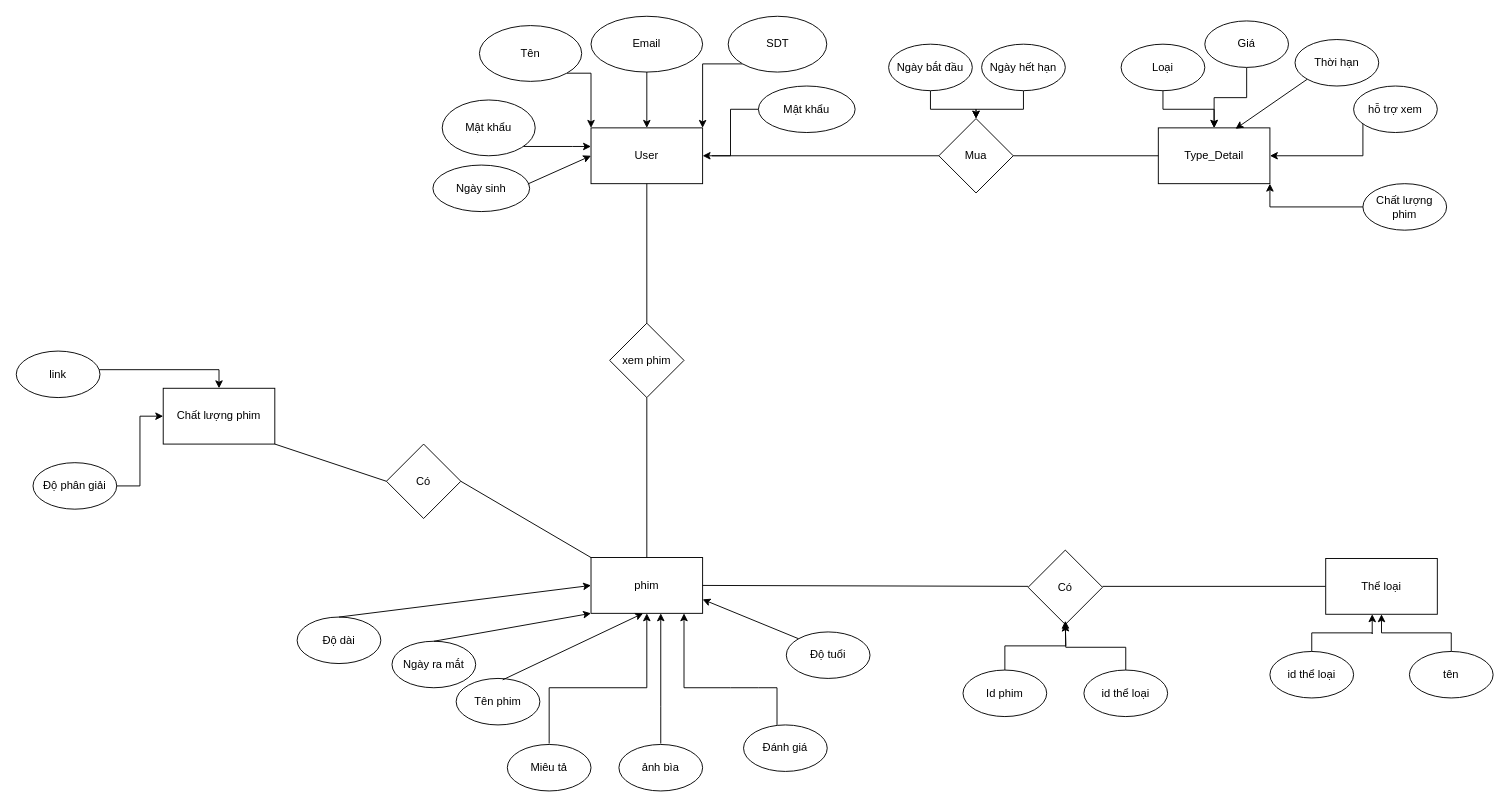
vule2303/Angular-JS-project keeps this draw.io diagram as Biểu đồ không có tiêu đề.drawio. Above is the earlier version. Source tidied: cells renumbered, new cells numbered last; positions are measured from the earlier drawing's top-left corner, leaving out a move shared by most shapes. Both pictures are drawn from the tidied source at 93%, with x=0, y=0 at pixel (16, 16).
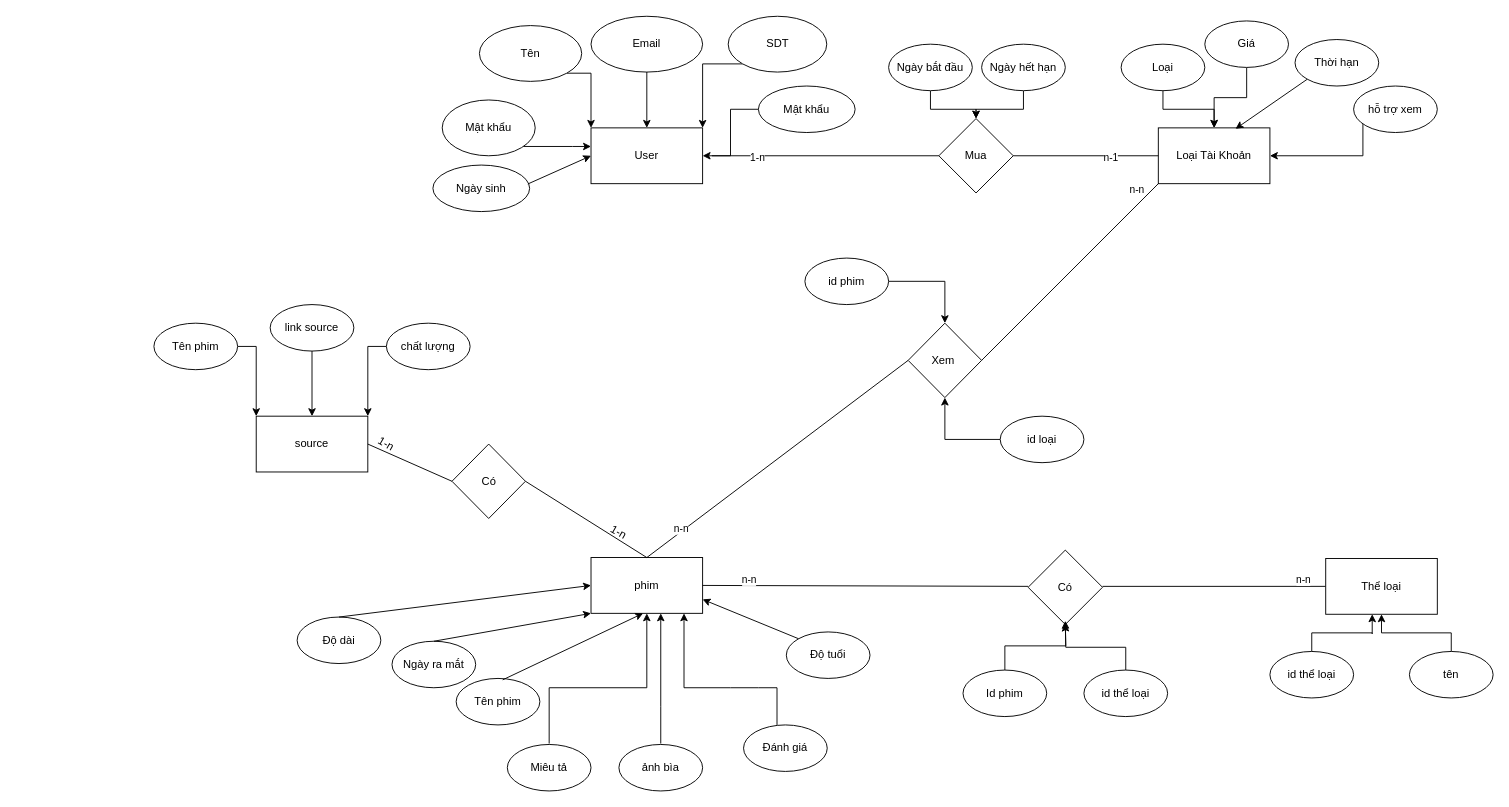
Above is the later version.

Commit message:
Cập nhật Biểu đồ không có tiêu đề.drawio

The change refers to these unchanged cells:
```xml
<mxCell id="2" value="User" style="rounded=0;whiteSpace=wrap;html=1;" parent="1" vertex="1">
  <mxGeometry x="618" y="120" width="120" height="60" as="geometry" />
</mxCell>
<mxCell id="21" style="endArrow=none;html=1;rounded=0;entryX=0;entryY=0.5;entryDx=0;entryDy=0;" parent="1" edge="1" target="16">
  <mxGeometry relative="1" as="geometry">
    <mxPoint x="748" y="150" as="sourcePoint" />
  </mxGeometry>
</mxCell>
<mxCell id="22" style="endArrow=none;html=1;rounded=0;entryX=1;entryY=0.5;entryDx=0;entryDy=0;exitX=0;exitY=0.5;exitDx=0;exitDy=0;" parent="1" edge="1" source="15" target="16">
  <mxGeometry relative="1" as="geometry" />
</mxCell>
<mxCell id="32" value="phim" style="rounded=0;whiteSpace=wrap;html=1;" parent="31" vertex="1">
  <mxGeometry x="316" y="-1" width="120" height="60" as="geometry" />
</mxCell>
```

Diff of the diagram source:
```diff
@@
-    <mxCell id="15" value="Type_Detail" style="whiteSpace=wrap;html=1;rounded=0;" parent="1" vertex="1">
+    <mxCell id="15" value="Loại Tài Khoản" style="whiteSpace=wrap;html=1;rounded=0;" parent="1" vertex="1">
       <mxGeometry x="1228" y="120" width="120" height="60" as="geometry" />
     </mxCell>
@@
+    <mxCell id="74" value="1-n" style="edgeLabel;html=1;align=center;verticalAlign=middle;" parent="21" vertex="1">
+      <mxGeometry x="-0.61" y="-1" relative="1" as="geometry" />
+    </mxCell>
@@
+    <mxCell id="75" value="n-1" style="edgeLabel;html=1;align=center;verticalAlign=middle;" parent="22" vertex="1">
+      <mxGeometry x="-0.33" y="1" relative="1" as="geometry" />
+    </mxCell>
@@
-    <mxCell id="61" style="endArrow=none;html=1;rounded=0;entryX=0.5;entryY=0;entryDx=0;entryDy=0;exitX=0.5;exitY=1;exitDx=0;exitDy=0;" parent="1" edge="1" source="64" target="32">
-      <mxGeometry relative="1" as="geometry" />
-    </mxCell>
-    <mxCell id="62" style="edgeStyle=orthogonalEdgeStyle;rounded=0;jettySize=auto;html=1;entryX=1;entryY=1;entryDx=0;entryDy=0;" parent="1" edge="1" source="63" target="15">
-      <mxGeometry relative="1" as="geometry" />
-    </mxCell>
-    <mxCell id="63" value="Chất lượng phim" style="ellipse;whiteSpace=wrap;html=1;" parent="1" vertex="1">
-      <mxGeometry x="1448" y="180" width="90" height="50" as="geometry" />
-    </mxCell>
-    <mxCell id="64" value="xem phim" style="rhombus;whiteSpace=wrap;html=1;" parent="1" vertex="1">
-      <mxGeometry x="638" y="330" width="80" height="80" as="geometry" />
-    </mxCell>
-    <mxCell id="65" style="endArrow=none;html=1;rounded=0;exitX=0.5;exitY=0;exitDx=0;exitDy=0;entryX=0.5;entryY=1;entryDx=0;entryDy=0;" parent="1" edge="1" source="64" target="2">
-      <mxGeometry relative="1" as="geometry" />
-    </mxCell>
+    <mxCell id="68" style="endArrow=none;html=1;rounded=0;exitX=0;exitY=0.5;exitDx=0;exitDy=0;entryX=0.5;entryY=0;entryDx=0;entryDy=0;" parent="1" edge="1" source="77" target="32">
+      <mxGeometry relative="1" as="geometry" />
+    </mxCell>
+    <mxCell id="76" value="n-n" style="edgeLabel;html=1;align=center;verticalAlign=middle;" parent="68" vertex="1">
+      <mxGeometry x="0.73" y="-3" relative="1" as="geometry" />
+    </mxCell>
+    <mxCell id="77" value="Xem&amp;nbsp;" style="rhombus;whiteSpace=wrap;html=1;" parent="1" vertex="1">
+      <mxGeometry x="959" y="330" width="79" height="80" as="geometry" />
+    </mxCell>
+    <mxCell id="78" style="endArrow=none;html=1;rounded=0;exitX=1;exitY=0.5;exitDx=0;exitDy=0;entryX=0;entryY=1;entryDx=0;entryDy=0;" parent="1" edge="1" source="77" target="15">
+      <mxGeometry relative="1" as="geometry" />
+    </mxCell>
+    <mxCell id="79" style="edgeStyle=orthogonalEdgeStyle;rounded=0;jettySize=auto;html=1;" parent="1" edge="1" source="80" target="77">
+      <mxGeometry relative="1" as="geometry" />
+    </mxCell>
+    <mxCell id="80" value="id phim" style="ellipse;whiteSpace=wrap;html=1;" parent="1" vertex="1">
+      <mxGeometry x="848" y="260" width="90" height="50" as="geometry" />
+    </mxCell>
+    <mxCell id="81" style="edgeStyle=orthogonalEdgeStyle;rounded=0;jettySize=auto;html=1;entryX=0.5;entryY=1;entryDx=0;entryDy=0;" parent="1" edge="1" source="82" target="77">
+      <mxGeometry relative="1" as="geometry" />
+    </mxCell>
+    <mxCell id="82" value="id loại" style="ellipse;whiteSpace=wrap;html=1;" parent="1" vertex="1">
+      <mxGeometry x="1058" y="430" width="90" height="50" as="geometry" />
+    </mxCell>
+    <mxCell id="83" value="source" style="rounded=0;whiteSpace=wrap;html=1;" parent="1" vertex="1">
+      <mxGeometry x="258" y="430" width="120" height="60" as="geometry" />
+    </mxCell>
     <mxCell id="66" value="Có" style="rhombus;whiteSpace=wrap;html=1;" parent="1" vertex="1">
-      <mxGeometry x="398" y="460" width="80" height="80" as="geometry" />
+      <mxGeometry x="468.5" y="460" width="79" height="80" as="geometry" />
     </mxCell>
-    <mxCell id="67" value="Chất lượng phim" style="rounded=0;whiteSpace=wrap;html=1;" parent="1" vertex="1">
-      <mxGeometry x="158" y="400" width="120" height="60" as="geometry" />
-    </mxCell>
-    <mxCell id="68" style="endArrow=none;html=1;rounded=0;exitX=1;exitY=0.5;exitDx=0;exitDy=0;entryX=0;entryY=0;entryDx=0;entryDy=0;" parent="1" edge="1" source="66" target="32">
-      <mxGeometry relative="1" as="geometry" />
-    </mxCell>
-    <mxCell id="69" style="endArrow=none;html=1;rounded=0;exitX=1;exitY=1;exitDx=0;exitDy=0;entryX=0;entryY=0.5;entryDx=0;entryDy=0;" parent="1" edge="1" source="67" target="66">
-      <mxGeometry relative="1" as="geometry" />
-    </mxCell>
-    <mxCell id="70" style="edgeStyle=orthogonalEdgeStyle;rounded=0;jettySize=auto;html=1;entryX=0;entryY=0.5;entryDx=0;entryDy=0;" parent="1" edge="1" source="71" target="67">
-      <mxGeometry relative="1" as="geometry" />
-    </mxCell>
-    <mxCell id="71" value="Độ phân giải" style="ellipse;whiteSpace=wrap;html=1;" parent="1" vertex="1">
-      <mxGeometry x="18" y="480" width="90" height="50" as="geometry" />
-    </mxCell>
-    <mxCell id="72" style="edgeStyle=orthogonalEdgeStyle;rounded=0;jettySize=auto;html=1;entryX=0.5;entryY=0;entryDx=0;entryDy=0;" parent="1" edge="1" source="73" target="67">
-      <mxGeometry relative="1" as="geometry">
-        <Array as="points">
-          <mxPoint x="218" y="380" />
-        </Array>
-      </mxGeometry>
-    </mxCell>
-    <mxCell id="73" value="link" style="ellipse;whiteSpace=wrap;html=1;" parent="1" vertex="1">
-      <mxGeometry y="360" width="90" height="50" as="geometry" />
-    </mxCell>
+    <mxCell id="84" style="endArrow=none;html=1;rounded=0;exitX=1;exitY=0.5;exitDx=0;exitDy=0;entryX=0;entryY=0.5;entryDx=0;entryDy=0;" parent="1" edge="1" source="83" target="66">
+      <mxGeometry relative="1" as="geometry" />
+    </mxCell>
+    <mxCell id="85" style="endArrow=none;html=1;rounded=0;exitX=1;exitY=0.5;exitDx=0;exitDy=0;entryX=0.5;entryY=0;entryDx=0;entryDy=0;" parent="1" edge="1" source="66" target="32">
+      <mxGeometry relative="1" as="geometry" />
+    </mxCell>
+    <mxCell id="86" value="1-n" style="text;html=1;strokeColor=none;fillColor=none;align=center;verticalAlign=middle;whiteSpace=wrap;rounded=0;rotation=30;" parent="1" vertex="1">
+      <mxGeometry x="618" y="540" width="60" height="30" as="geometry" />
+    </mxCell>
+    <mxCell id="87" value="n-n" style="edgeLabel;html=1;align=center;verticalAlign=middle;" parent="1" vertex="1">
+      <mxGeometry x="723.5" y="561.5" as="geometry">
+        <mxPoint x="481" y="-376" as="offset" />
+      </mxGeometry>
+    </mxCell>
+    <mxCell id="88" value="n-n" style="edgeLabel;html=1;align=center;verticalAlign=middle;" parent="1" vertex="1">
+      <mxGeometry x="723.7" y="561.3" as="geometry">
+        <mxPoint x="64" y="44" as="offset" />
+      </mxGeometry>
+    </mxCell>
+    <mxCell id="89" value="n-n" style="edgeLabel;html=1;align=center;verticalAlign=middle;" parent="1" vertex="1">
+      <mxGeometry x="733.7" y="571.3" as="geometry">
+        <mxPoint x="650" y="34" as="offset" />
+      </mxGeometry>
+    </mxCell>
+    <mxCell id="90" style="edgeStyle=orthogonalEdgeStyle;rounded=0;jettySize=auto;html=1;entryX=0;entryY=0;entryDx=0;entryDy=0;" parent="1" edge="1" source="91" target="83">
+      <mxGeometry relative="1" as="geometry" />
+    </mxCell>
+    <mxCell id="91" value="Tên phim" style="ellipse;whiteSpace=wrap;html=1;" parent="1" vertex="1">
+      <mxGeometry x="148" y="330" width="90" height="50" as="geometry" />
+    </mxCell>
+    <mxCell id="92" style="edgeStyle=orthogonalEdgeStyle;rounded=0;jettySize=auto;html=1;entryX=0.5;entryY=0;entryDx=0;entryDy=0;" parent="1" edge="1" source="93" target="83">
+      <mxGeometry relative="1" as="geometry" />
+    </mxCell>
+    <mxCell id="93" value="link source" style="ellipse;whiteSpace=wrap;html=1;" parent="1" vertex="1">
+      <mxGeometry x="273" y="310" width="90" height="50" as="geometry" />
+    </mxCell>
+    <mxCell id="94" style="edgeStyle=orthogonalEdgeStyle;rounded=0;jettySize=auto;html=1;entryX=1;entryY=0;entryDx=0;entryDy=0;" parent="1" edge="1" source="95" target="83">
+      <mxGeometry relative="1" as="geometry" />
+    </mxCell>
+    <mxCell id="95" value="chất lượng" style="ellipse;whiteSpace=wrap;html=1;" parent="1" vertex="1">
+      <mxGeometry x="398" y="330" width="90" height="50" as="geometry" />
+    </mxCell>
+    <mxCell id="96" value="1-n" style="text;html=1;strokeColor=none;fillColor=none;align=center;verticalAlign=middle;whiteSpace=wrap;rounded=0;rotation=30;" parent="1" vertex="1">
+      <mxGeometry x="368" y="445" width="60" height="30" as="geometry" />
+    </mxCell>
```
